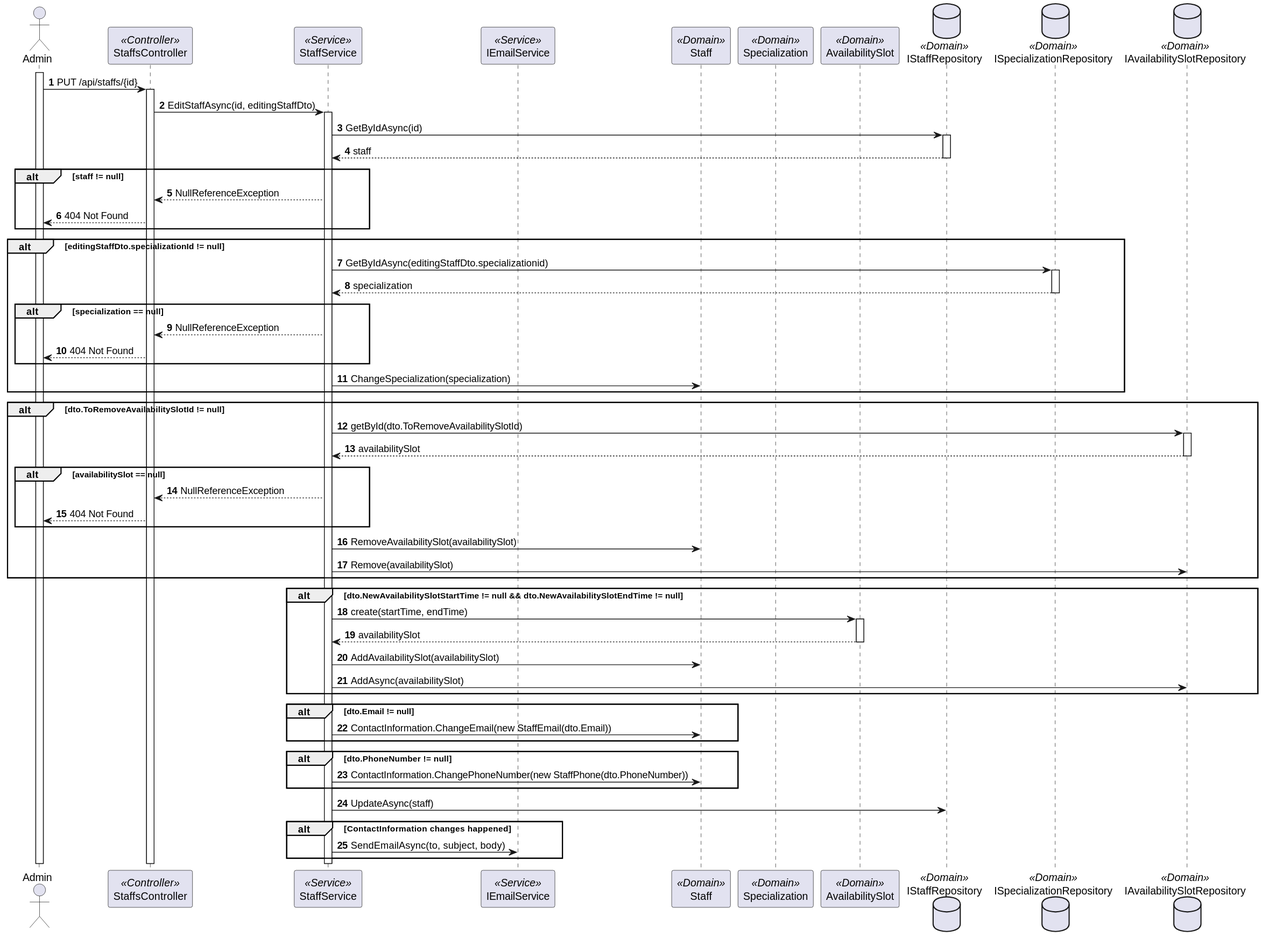
This is docs/sprint-a/us-5.1.13/views/level3/process-view-2.svg from 1220846/sem5pi-24-25-3ddg20, a PlantUML export, as it was before one commit.
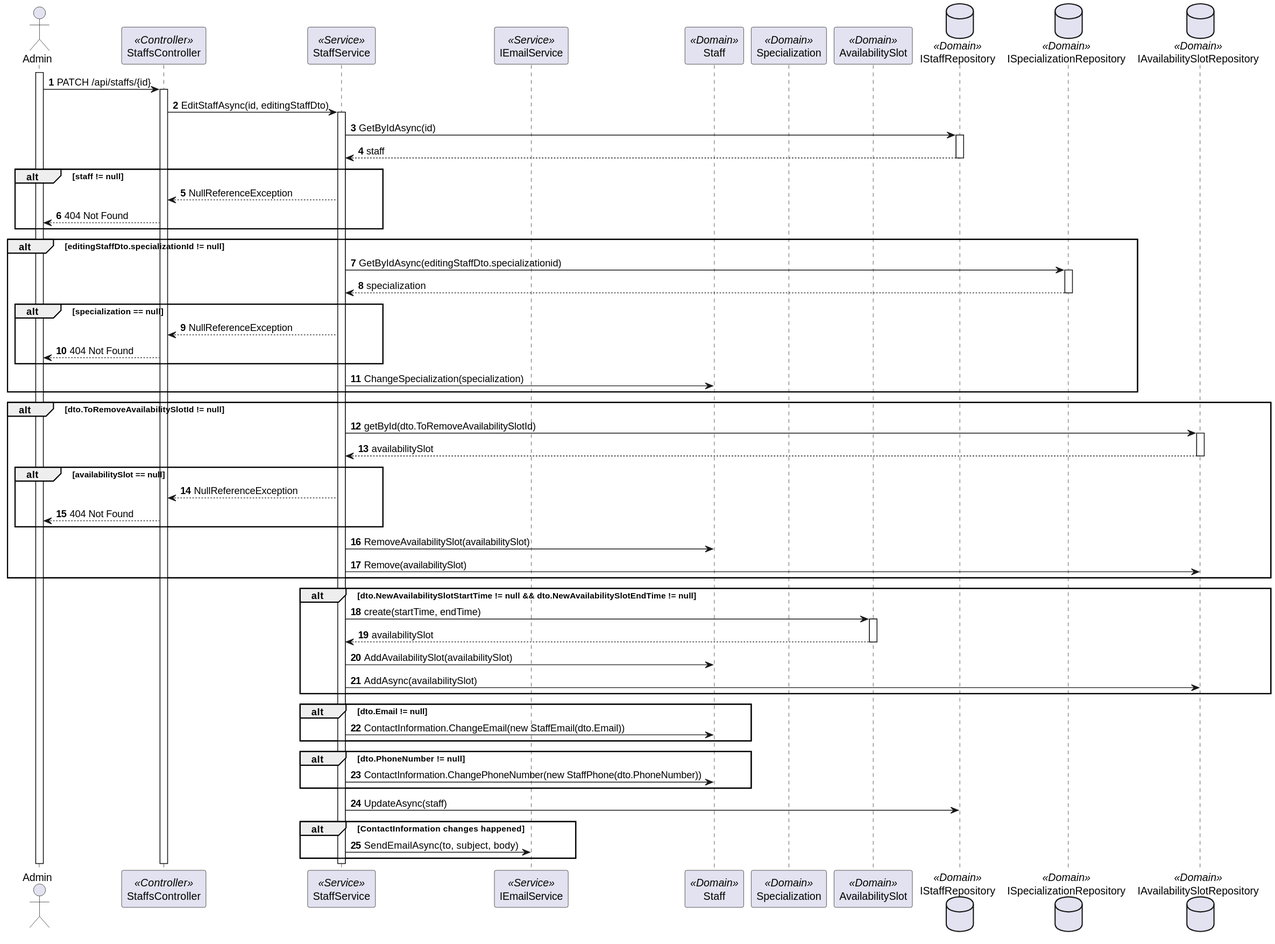
The same file after the commit.

Change to the diagram source:
```diff
@@ -13,7 +13,7 @@
 database "IAvailabilitySlotRepository" as AvailabilitySlotRepository <<Domain>>
 
 activate Admin
-    Admin -> Controller : PUT /api/staffs/{id}
+    Admin -> Controller : PATCH /api/staffs/{id}
     activate Controller
         Controller -> Service : EditStaffAsync(id, editingStaffDto)
         activate Service
```
